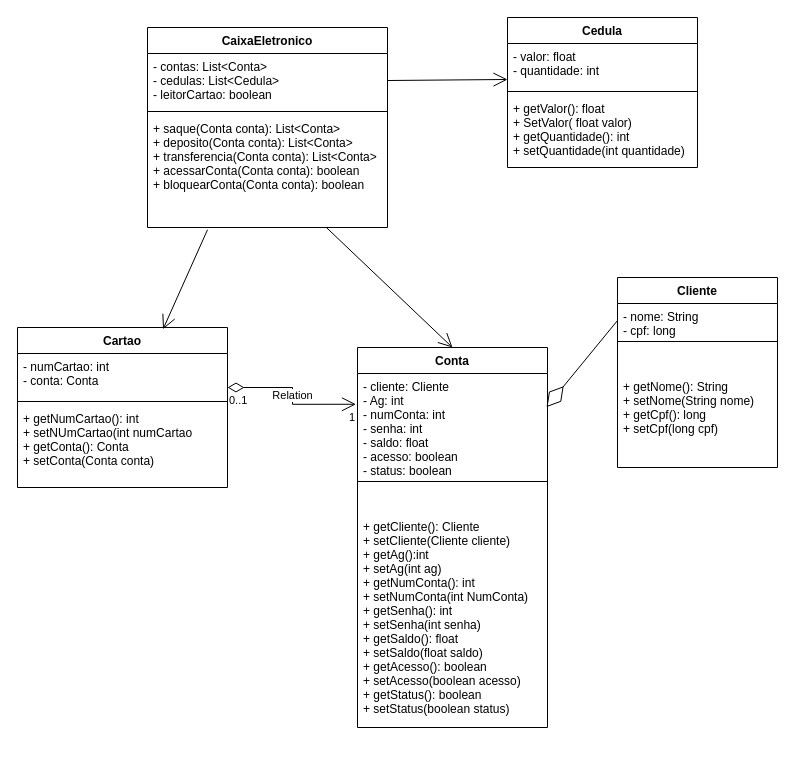
The draw.io diagram Engenharia de software/DiagramaClasses.drawio in CarlosTorres2305/Bertoti, before the edit. Source tidied: cells renumbered, new cells numbered last; positions are measured from the earlier drawing's top-left corner, leaving out a move shared by most shapes. Both pictures are drawn from the tidied source at 100%, with x=0, y=0 at pixel (17, 17).
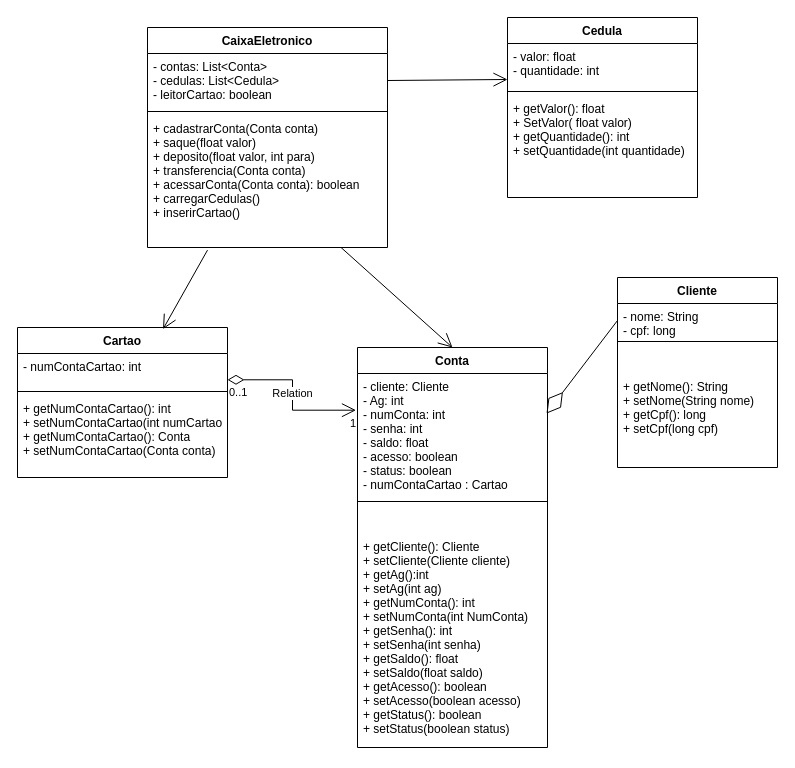
The same page after the edit.

Change to the diagram source:
```diff
@@
     <mxCell id="2" value="CaixaEletronico" style="swimlane;fontStyle=1;align=center;verticalAlign=top;horizontal=1;startSize=26;" parent="1" vertex="1">
-      <mxGeometry x="130" y="10" width="240" height="200" as="geometry" />
+      <mxGeometry x="130" y="10" width="240" height="220" as="geometry" />
     </mxCell>
@@
-    <mxCell id="5" value="+ saque(Conta conta): List&lt;Conta&gt;&#10;+ deposito(Conta conta): List&lt;Conta&gt;&#10;+ transferencia(Conta conta): List&lt;Conta&gt;&#10;+ acessarConta(Conta conta): boolean&#10;+ bloquearConta(Conta conta): boolean" style="text;strokeColor=none;fillColor=none;align=left;verticalAlign=top;spacingLeft=4;spacingRight=4;overflow=hidden;points=[[0,0.5],[1,0.5]];portConstraint=eastwest;" parent="2" vertex="1">
-      <mxGeometry y="88" width="240" height="112" as="geometry" />
+    <mxCell id="5" value="+ cadastrarConta(Conta conta)&#10;+ saque(float valor)&#10;+ deposito(float valor, int para)&#10;+ transferencia(Conta conta)&#10;+ acessarConta(Conta conta): boolean&#10;+ carregarCedulas()&#10;+ inserirCartao()&#10;" style="text;strokeColor=none;fillColor=none;align=left;verticalAlign=top;spacingLeft=4;spacingRight=4;overflow=hidden;points=[[0,0.5],[1,0.5]];portConstraint=eastwest;" parent="2" vertex="1">
+      <mxGeometry y="88" width="240" height="132" as="geometry" />
     </mxCell>
     <mxCell id="6" value="Conta" style="swimlane;fontStyle=1;align=center;verticalAlign=top;horizontal=1;startSize=26;" parent="1" vertex="1">
-      <mxGeometry x="340" y="330" width="190" height="380" as="geometry" />
+      <mxGeometry x="340" y="330" width="190" height="400" as="geometry" />
     </mxCell>
-    <mxCell id="7" value="- cliente: Cliente&#10;- Ag: int&#10;- numConta: int&#10;- senha: int&#10;- saldo: float&#10;- acesso: boolean&#10;- status: boolean" style="text;strokeColor=none;fillColor=none;align=left;verticalAlign=top;spacingLeft=4;spacingRight=4;overflow=hidden;points=[[0,0.5],[1,0.5]];portConstraint=eastwest;" parent="6" vertex="1">
-      <mxGeometry y="26" width="190" height="104" as="geometry" />
+    <mxCell id="7" value="- cliente: Cliente&#10;- Ag: int&#10;- numConta: int&#10;- senha: int&#10;- saldo: float&#10;- acesso: boolean&#10;- status: boolean&#10;- numContaCartao : Cartao" style="text;strokeColor=none;fillColor=none;align=left;verticalAlign=top;spacingLeft=4;spacingRight=4;overflow=hidden;points=[[0,0.5],[1,0.5]];portConstraint=eastwest;" parent="6" vertex="1">
+      <mxGeometry y="26" width="190" height="124" as="geometry" />
     </mxCell>
     <mxCell id="8" style="line;strokeWidth=1;fillColor=none;align=left;verticalAlign=middle;spacingTop=-1;spacingLeft=3;spacingRight=3;labelPosition=right;strokeColor=inherit;" parent="6" vertex="1">
-      <mxGeometry y="130" width="190" height="8" as="geometry" />
+      <mxGeometry y="150" width="190" height="8" as="geometry" />
     </mxCell>
     <mxCell id="9" value="&#10;&#10;+ getCliente(): Cliente&#10;+ setCliente(Cliente cliente)&#10;+ getAg():int&#10;+ setAg(int ag)&#10;+ getNumConta(): int&#10;+ setNumConta(int NumConta)&#10;+ getSenha(): int&#10;+ setSenha(int senha)&#10;+ getSaldo(): float&#10;+ setSaldo(float saldo)&#10;+ getAcesso(): boolean&#10;+ setAcesso(boolean acesso)&#10;+ getStatus(): boolean&#10;+ setStatus(boolean status)" style="text;strokeColor=none;fillColor=none;align=left;verticalAlign=top;spacingLeft=4;spacingRight=4;overflow=hidden;" parent="6" vertex="1">
-      <mxGeometry y="138" width="190" height="242" as="geometry" />
+      <mxGeometry y="158" width="190" height="242" as="geometry" />
     </mxCell>
@@
     <mxCell id="16" value="Cedula" style="swimlane;fontStyle=1;align=center;verticalAlign=top;horizontal=1;startSize=26;" parent="1" vertex="1">
-      <mxGeometry x="490" width="190" height="150" as="geometry" />
+      <mxGeometry x="490" width="190" height="180" as="geometry" />
     </mxCell>
@@
-    <mxCell id="19" value="+ getValor(): float&#10;+ SetValor( float valor)&#10;+ getQuantidade(): int&#10;+ setQuantidade(int quantidade)" style="text;strokeColor=none;fillColor=none;align=left;verticalAlign=top;spacingLeft=4;spacingRight=4;overflow=hidden;" parent="16" vertex="1">
-      <mxGeometry y="78" width="190" height="72" as="geometry" />
+    <mxCell id="19" value="+ getValor(): float&#10;+ SetValor( float valor)&#10;+ getQuantidade(): int&#10;+ setQuantidade(int quantidade)&#10;" style="text;strokeColor=none;fillColor=none;align=left;verticalAlign=top;spacingLeft=4;spacingRight=4;overflow=hidden;" parent="16" vertex="1">
+      <mxGeometry y="78" width="190" height="102" as="geometry" />
     </mxCell>
@@
     <mxCell id="21" value="Cartao" style="swimlane;fontStyle=1;align=center;verticalAlign=top;horizontal=1;startSize=26;" parent="1" vertex="1">
-      <mxGeometry y="310" width="210" height="160" as="geometry" />
+      <mxGeometry y="310" width="210" height="150" as="geometry" />
     </mxCell>
-    <mxCell id="22" value="- numCartao: int&#10;- conta: Conta" style="text;strokeColor=none;fillColor=none;align=left;verticalAlign=top;spacingLeft=4;spacingRight=4;overflow=hidden;points=[[0,0.5],[1,0.5]];portConstraint=eastwest;" parent="21" vertex="1">
-      <mxGeometry y="26" width="210" height="44" as="geometry" />
+    <mxCell id="22" value="- numContaCartao: int" style="text;strokeColor=none;fillColor=none;align=left;verticalAlign=top;spacingLeft=4;spacingRight=4;overflow=hidden;points=[[0,0.5],[1,0.5]];portConstraint=eastwest;" parent="21" vertex="1">
+      <mxGeometry y="26" width="210" height="34" as="geometry" />
     </mxCell>
     <mxCell id="23" style="line;strokeWidth=1;fillColor=none;align=left;verticalAlign=middle;spacingTop=-1;spacingLeft=3;spacingRight=3;labelPosition=right;strokeColor=inherit;" parent="21" vertex="1">
-      <mxGeometry y="70" width="210" height="8" as="geometry" />
+      <mxGeometry y="60" width="210" height="8" as="geometry" />
     </mxCell>
-    <mxCell id="24" value="+ getNumCartao(): int&#10;+ setNUmCartao(int numCartao&#10;+ getConta(): Conta&#10;+ setConta(Conta conta)" style="text;strokeColor=none;fillColor=none;align=left;verticalAlign=top;spacingLeft=4;spacingRight=4;overflow=hidden;" parent="21" vertex="1">
-      <mxGeometry y="78" width="210" height="82" as="geometry" />
+    <mxCell id="24" value="+ getNumContaCartao(): int&#10;+ setNumContaCartao(int numCartao&#10;+ getNumContaCartao(): Conta&#10;+ setNumContaCartao(Conta conta)&#10;" style="text;strokeColor=none;fillColor=none;align=left;verticalAlign=top;spacingLeft=4;spacingRight=4;overflow=hidden;" parent="21" vertex="1">
+      <mxGeometry y="68" width="210" height="82" as="geometry" />
     </mxCell>
```
